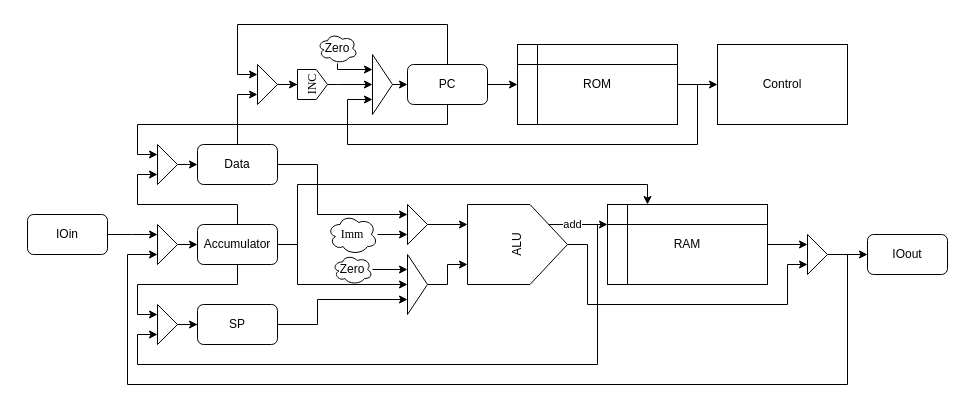
Before: Design/datapath.drawio in LithosphereRocketry/Nandy, a draw.io diagram. Source tidied: cells renumbered, new cells numbered last; positions are measured from the earlier drawing's top-left corner, leaving out a move shared by most shapes. Both pictures are drawn from the tidied source at 100%, with x=0, y=0 at pixel (27, 24).
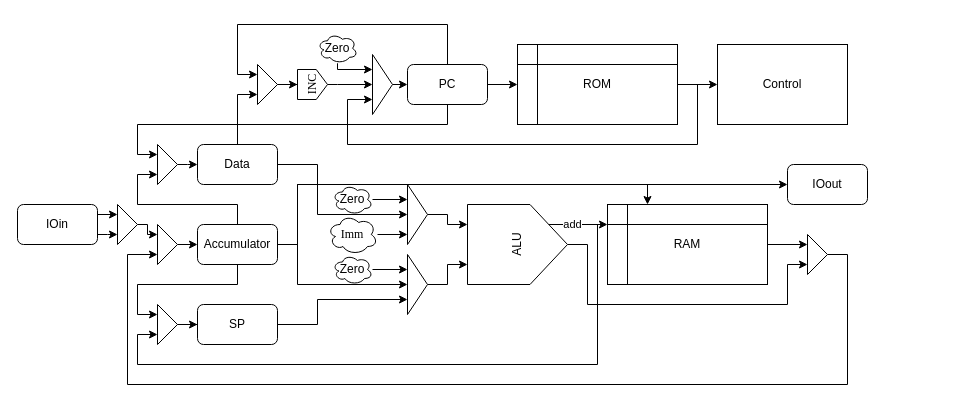
Above is the later version.

Unchanged cells that the change refers to:
```xml
<mxCell id="6" value="&lt;div&gt;Accumulator&lt;/div&gt;" style="rounded=1;whiteSpace=wrap;html=1;" parent="1" vertex="1">
  <mxGeometry x="170" y="200" width="80" height="40" as="geometry" />
</mxCell>
<mxCell id="9" value="Data" style="rounded=1;whiteSpace=wrap;html=1;" parent="1" vertex="1">
  <mxGeometry x="170" y="120" width="80" height="40" as="geometry" />
</mxCell>
<mxCell id="16" style="triangle;whiteSpace=wrap;html=1;" parent="1" vertex="1">
  <mxGeometry x="780" y="210" width="20" height="40" as="geometry" />
</mxCell>
<mxCell id="34" value="&lt;font face=&quot;Helvetica&quot;&gt;ALU&lt;/font&gt;" style="shape=offPageConnector;whiteSpace=wrap;html=1;fontFamily=Times New Roman;rotation=-90;" parent="1" vertex="1">
  <mxGeometry x="450" y="170" width="80" height="100" as="geometry" />
</mxCell>
<mxCell id="43" value="&lt;font face=&quot;Times New Roman&quot;&gt;Imm&lt;/font&gt;" style="ellipse;shape=cloud;whiteSpace=wrap;html=1;" parent="1" vertex="1">
  <mxGeometry x="300" y="190" width="50" height="40" as="geometry" />
</mxCell>
<mxCell id="53" style="triangle;whiteSpace=wrap;html=1;" parent="1" vertex="1">
  <mxGeometry x="130" y="200" width="20" height="40" as="geometry" />
</mxCell>
```

What changed in the source:
```diff
@@
+    <mxCell id="54" style="edgeStyle=orthogonalEdgeStyle;rounded=0;jettySize=auto;html=1;entryX=0;entryY=0.5;entryDx=0;entryDy=0;" parent="1" edge="1" source="6" target="50">
+      <mxGeometry relative="1" as="geometry">
+        <Array as="points">
+          <mxPoint x="270" y="220" />
+          <mxPoint x="270" y="160" />
+        </Array>
+      </mxGeometry>
+    </mxCell>
@@
-    <mxCell id="8" style="edgeStyle=orthogonalEdgeStyle;rounded=0;jettySize=auto;html=1;entryX=0;entryY=0.25;entryDx=0;entryDy=0;fontFamily=Helvetica;" parent="1" edge="1" source="9" target="41">
-      <mxGeometry relative="1" as="geometry">
-        <Array as="points">
-          <mxPoint x="290" y="140" />
-          <mxPoint x="290" y="190" />
-        </Array>
-      </mxGeometry>
-    </mxCell>
+    <mxCell id="55" style="edgeStyle=orthogonalEdgeStyle;rounded=0;jettySize=auto;html=1;entryX=0;entryY=0.5;entryDx=0;entryDy=0;" parent="1" edge="1" source="9" target="60">
+      <mxGeometry relative="1" as="geometry">
+        <Array as="points">
+          <mxPoint x="290" y="140" />
+          <mxPoint x="290" y="190" />
+        </Array>
+      </mxGeometry>
+    </mxCell>
@@
-    <mxCell id="15" style="edgeStyle=orthogonalEdgeStyle;rounded=0;jettySize=auto;html=1;entryX=0;entryY=0.5;entryDx=0;entryDy=0;" parent="1" edge="1" source="16" target="50">
-      <mxGeometry relative="1" as="geometry" />
-    </mxCell>
@@
-    <mxCell id="40" style="edgeStyle=orthogonalEdgeStyle;rounded=0;jettySize=auto;html=1;entryX=0.75;entryY=0;entryDx=0;entryDy=0;fontFamily=Helvetica;" parent="1" edge="1" source="41" target="34">
-      <mxGeometry relative="1" as="geometry" />
-    </mxCell>
-    <mxCell id="41" style="triangle;whiteSpace=wrap;html=1;" parent="1" vertex="1">
-      <mxGeometry x="380" y="180" width="20" height="40" as="geometry" />
-    </mxCell>
-    <mxCell id="42" style="edgeStyle=orthogonalEdgeStyle;rounded=0;jettySize=auto;html=1;entryX=0;entryY=0.75;entryDx=0;entryDy=0;fontFamily=Helvetica;" parent="1" edge="1" source="43" target="41">
-      <mxGeometry relative="1" as="geometry" />
-    </mxCell>
+    <mxCell id="56" style="edgeStyle=orthogonalEdgeStyle;rounded=0;jettySize=auto;html=1;entryX=0;entryY=0.833;entryDx=0;entryDy=0;entryPerimeter=0;" parent="1" edge="1" source="43" target="60">
+      <mxGeometry relative="1" as="geometry" />
+    </mxCell>
@@
-    <mxCell id="50" value="&lt;div&gt;IOout&lt;/div&gt;" style="rounded=1;whiteSpace=wrap;html=1;" parent="1" vertex="1">
-      <mxGeometry x="840" y="210" width="80" height="40" as="geometry" />
-    </mxCell>
-    <mxCell id="51" style="edgeStyle=orthogonalEdgeStyle;rounded=0;jettySize=auto;html=1;entryX=0;entryY=0.25;entryDx=0;entryDy=0;" parent="1" edge="1" source="52">
-      <mxGeometry relative="1" as="geometry">
-        <mxPoint x="130" y="210" as="targetPoint" />
-      </mxGeometry>
-    </mxCell>
+    <mxCell id="57" style="edgeStyle=orthogonalEdgeStyle;rounded=0;jettySize=auto;html=1;entryX=0;entryY=0.75;entryDx=0;entryDy=0;" parent="1" edge="1" source="52" target="64">
+      <mxGeometry relative="1" as="geometry">
+        <Array as="points">
+          <mxPoint x="80" y="210" />
+          <mxPoint x="80" y="210" />
+        </Array>
+      </mxGeometry>
+    </mxCell>
+    <mxCell id="58" style="edgeStyle=orthogonalEdgeStyle;rounded=0;jettySize=auto;html=1;exitX=1;exitY=0.25;exitDx=0;exitDy=0;entryX=0;entryY=0.25;entryDx=0;entryDy=0;" parent="1" edge="1" source="52" target="64">
+      <mxGeometry relative="1" as="geometry" />
+    </mxCell>
     <mxCell id="52" value="IOin" style="rounded=1;whiteSpace=wrap;html=1;" parent="1" vertex="1">
-      <mxGeometry y="190" width="80" height="40" as="geometry" />
+      <mxGeometry x="-10" y="180" width="80" height="40" as="geometry" />
     </mxCell>
@@
+    <mxCell id="59" style="edgeStyle=orthogonalEdgeStyle;rounded=0;jettySize=auto;html=1;entryX=0.75;entryY=0;entryDx=0;entryDy=0;" parent="1" edge="1" source="60" target="34">
+      <mxGeometry relative="1" as="geometry" />
+    </mxCell>
+    <mxCell id="60" style="triangle;whiteSpace=wrap;html=1;" parent="1" vertex="1">
+      <mxGeometry x="380" y="160" width="20" height="60" as="geometry" />
+    </mxCell>
+    <mxCell id="61" style="edgeStyle=orthogonalEdgeStyle;rounded=0;jettySize=auto;html=1;entryX=0;entryY=0.25;entryDx=0;entryDy=0;" parent="1" edge="1" source="62" target="60">
+      <mxGeometry relative="1" as="geometry" />
+    </mxCell>
+    <mxCell id="62" value="&lt;div&gt;Zero&lt;/div&gt;" style="ellipse;shape=cloud;whiteSpace=wrap;html=1;fontFamily=Helvetica;" parent="1" vertex="1">
+      <mxGeometry x="305" y="160" width="40" height="30" as="geometry" />
+    </mxCell>
+    <mxCell id="50" value="&lt;div&gt;IOout&lt;/div&gt;" style="rounded=1;whiteSpace=wrap;html=1;" parent="1" vertex="1">
+      <mxGeometry x="760" y="140" width="80" height="40" as="geometry" />
+    </mxCell>
+    <mxCell id="63" style="edgeStyle=orthogonalEdgeStyle;rounded=0;jettySize=auto;html=1;entryX=0;entryY=0.25;entryDx=0;entryDy=0;" parent="1" edge="1" source="64" target="53">
+      <mxGeometry relative="1" as="geometry">
+        <Array as="points">
+          <mxPoint x="120" y="200" />
+          <mxPoint x="120" y="210" />
+        </Array>
+      </mxGeometry>
+    </mxCell>
+    <mxCell id="64" style="triangle;whiteSpace=wrap;html=1;" parent="1" vertex="1">
+      <mxGeometry x="90" y="180" width="20" height="40" as="geometry" />
+    </mxCell>
```
